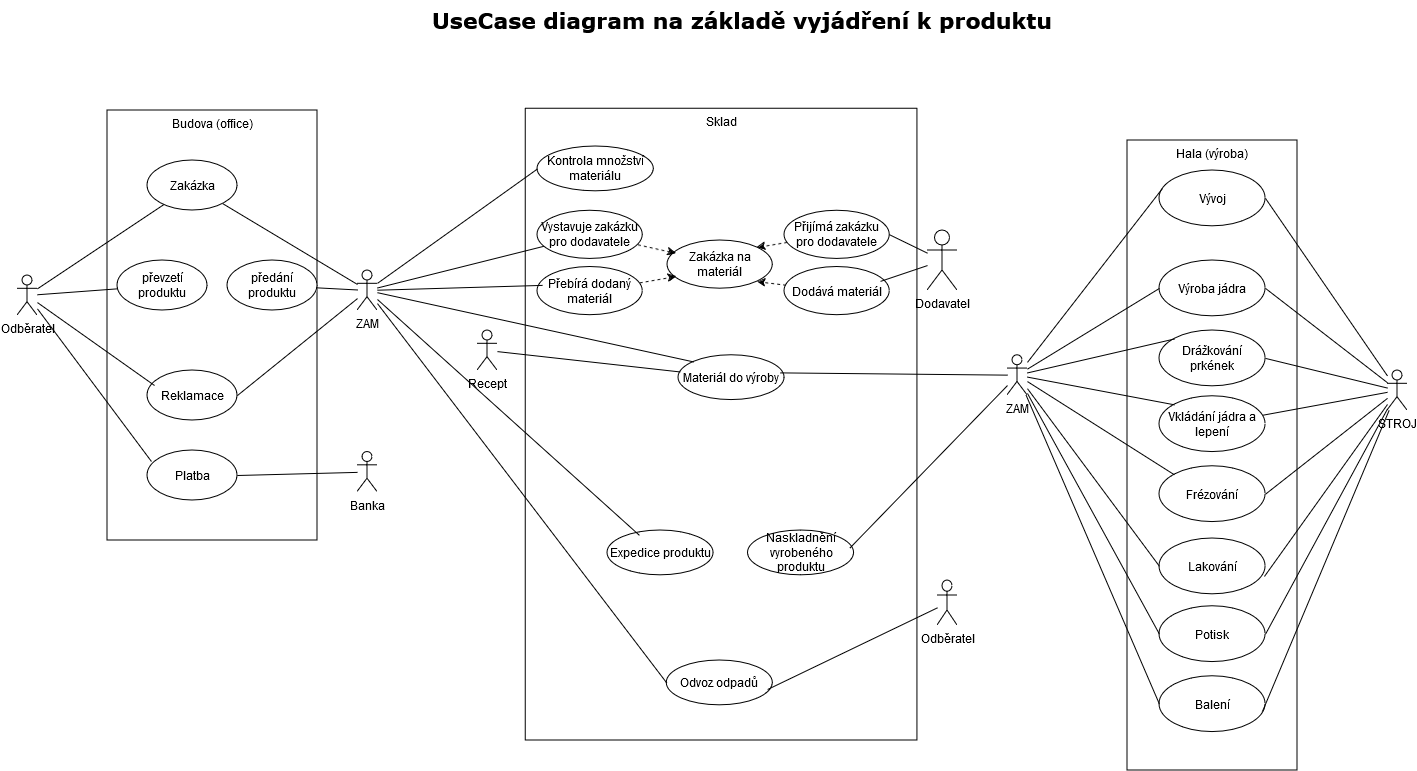
KarelMasa/pg keeps this draw.io diagram as SW_ING/Tužka_usecase.png. Above is the earlier version. Source tidied: cells renumbered, new cells last; positions are measured from the earlier drawing's top-left corner, leaving out a move shared by most shapes.
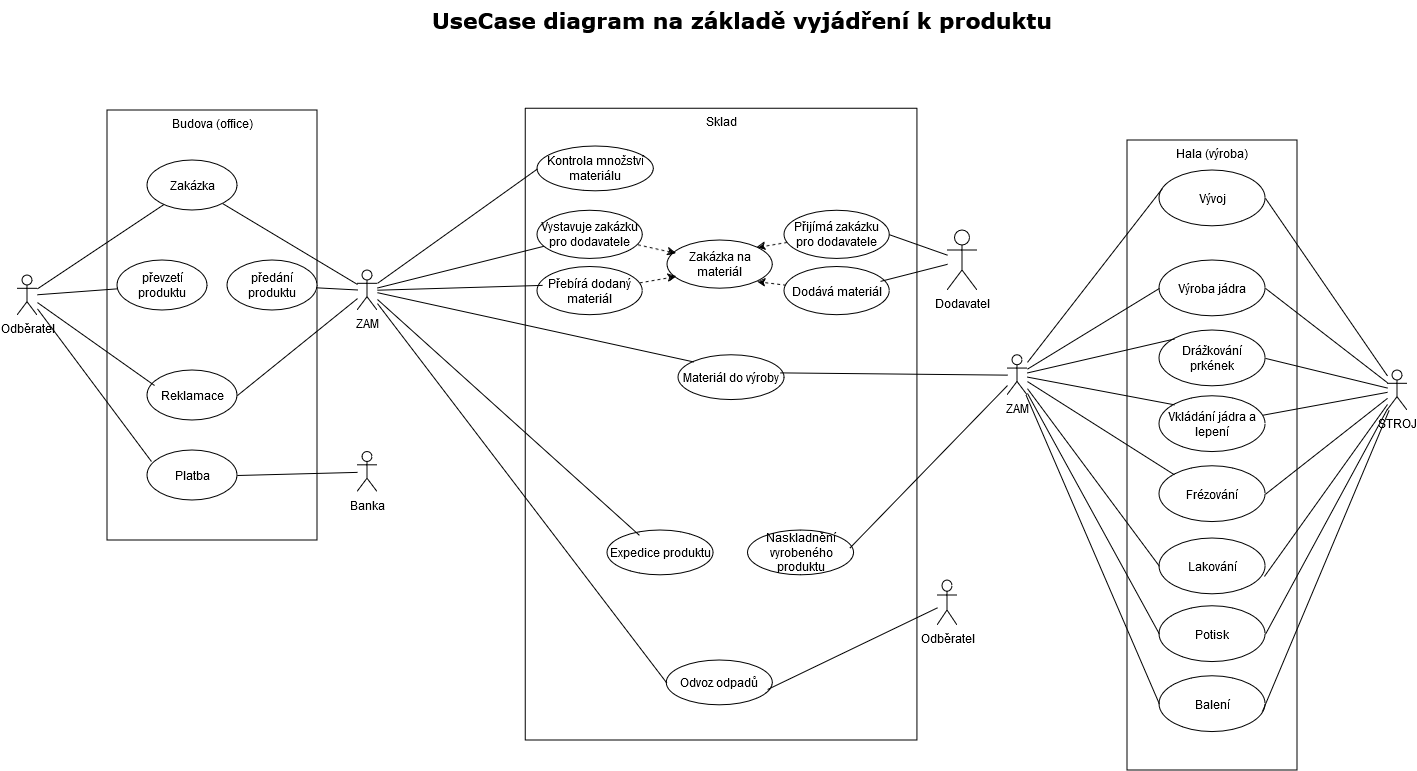
Later version of the same file.

The edit, as a diff of the source:
```diff
@@ -59,9 +59,6 @@
     <mxCell id="20" style="rounded=0;jettySize=auto;html=1;endArrow=none;endFill=0;" parent="1" edge="1" source="26" target="14">
       <mxGeometry relative="1" as="geometry" />
     </mxCell>
-    <mxCell id="21" value="Recept" style="shape=umlActor;verticalLabelPosition=bottom;verticalAlign=top;html=1;" parent="1" vertex="1">
-      <mxGeometry x="460" y="330" width="20" height="40" as="geometry" />
-    </mxCell>
     <mxCell id="22" style="rounded=0;jettySize=auto;html=1;startArrow=none;startFill=0;endArrow=none;endFill=0;" parent="1" edge="1" source="28" target="15">
       <mxGeometry relative="1" as="geometry" />
     </mxCell>
@@ -162,7 +159,7 @@
       <mxGeometry relative="1" as="geometry" />
     </mxCell>
     <mxCell id="55" value="Dodavatel" style="shape=umlActor;verticalLabelPosition=bottom;verticalAlign=top;html=1;" parent="1" vertex="1">
-      <mxGeometry x="910" y="230" width="30" height="60" as="geometry" />
+      <mxGeometry x="930" y="230" width="30" height="60" as="geometry" />
     </mxCell>
     <mxCell id="56" style="rounded=0;jettySize=auto;html=1;startArrow=none;startFill=0;endArrow=none;endFill=0;" parent="1" edge="1" source="28" target="33">
       <mxGeometry relative="1" as="geometry" />
@@ -173,9 +170,6 @@
     <mxCell id="58" style="rounded=0;jettySize=auto;html=1;entryX=0.912;entryY=0.3;entryDx=0;entryDy=0;entryPerimeter=0;startArrow=none;startFill=0;endArrow=none;endFill=0;" parent="1" edge="1" source="55" target="37">
       <mxGeometry relative="1" as="geometry" />
     </mxCell>
-    <mxCell id="59" style="rounded=0;jettySize=auto;html=1;startArrow=none;startFill=0;endArrow=none;endFill=0;" parent="1" edge="1" source="21" target="31">
-      <mxGeometry relative="1" as="geometry" />
-    </mxCell>
     <mxCell id="60" style="rounded=0;jettySize=auto;html=1;entryX=0;entryY=0;entryDx=0;entryDy=0;startArrow=none;startFill=0;endArrow=none;endFill=0;" parent="1" edge="1" source="28" target="31">
       <mxGeometry relative="1" as="geometry" />
     </mxCell>
```
